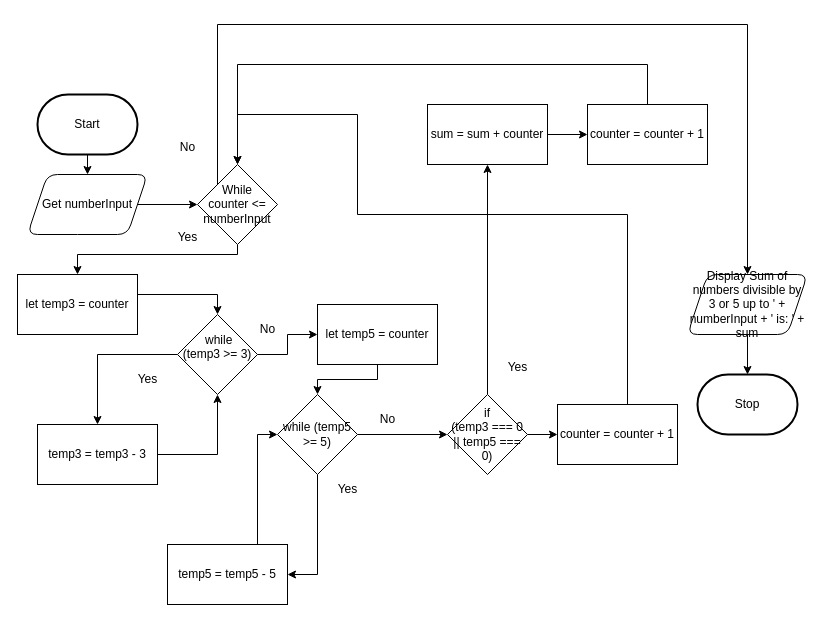
Earlier version of the draw.io diagram design/flowchart.drawio (MTHS-ICD2O-1-2024/ICD2O-Assignment-05-Devin-boucher). Source tidied: cells renumbered, new cells numbered last; positions are measured from the earlier drawing's top-left corner, leaving out a move shared by most shapes. Both pictures are drawn from the tidied source at 100%, with x=0, y=0 at pixel (17, 24).
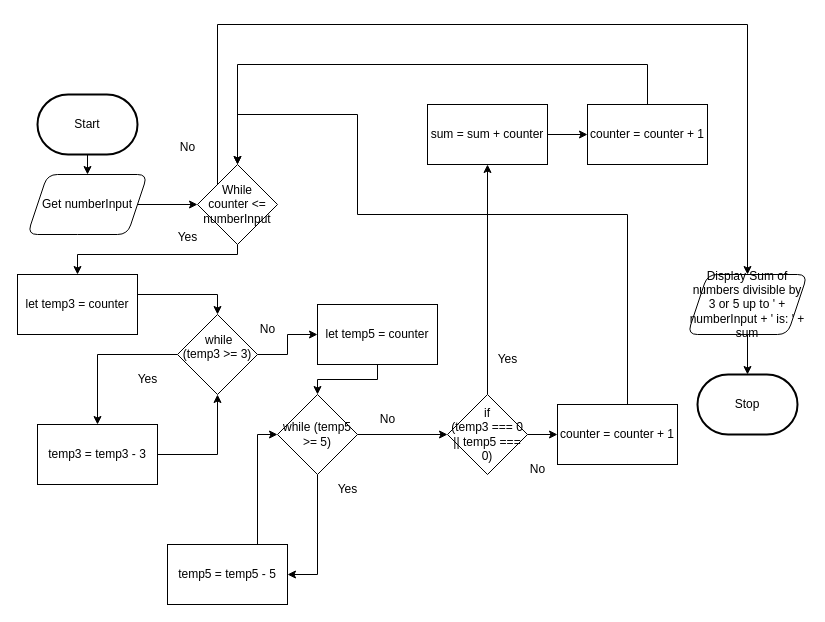
After the change.

Commit message (it also covers changes not shown here):
made flowchart

What changed in the source:
```diff
@@
     <mxCell id="35" value="Yes" style="text;html=1;align=center;verticalAlign=middle;strokeColor=none;fillColor=none;" parent="1" vertex="1">
-      <mxGeometry x="480" y="328" width="40" height="30" as="geometry" />
+      <mxGeometry x="470" y="320" width="40" height="30" as="geometry" />
     </mxCell>
@@
+    <mxCell id="42" value="No" style="text;html=1;align=center;verticalAlign=middle;strokeColor=none;fillColor=none;" parent="1" vertex="1">
+      <mxGeometry x="500" y="430" width="40" height="30" as="geometry" />
+    </mxCell>
```
